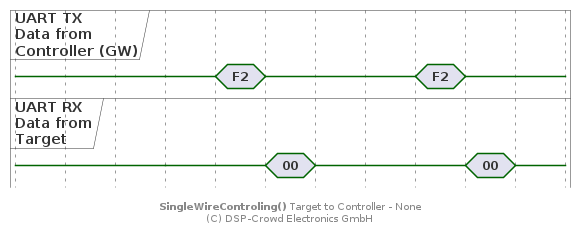
Above: doc/system/protocol/A0_swt-target-to-ctrl_none.png in NoOrientationProgramming/code-orb (PlantUML), before the change.
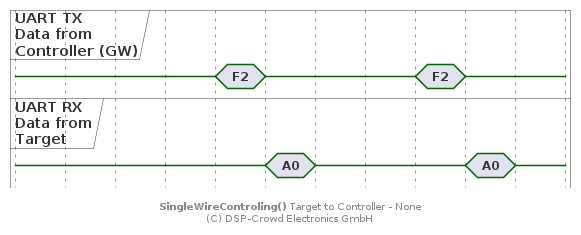
After the change.

Diff of the diagram source:
```diff
@@ -18,7 +18,7 @@
 
 @+20
 ctrl is {-}
-tar is "00"
+tar is "A0"
 
 @+20
 tar is {-}
@@ -28,7 +28,7 @@
 
 @+20
 ctrl is {-}
-tar is "00"
+tar is "A0"
 
 @+20
 tar is {-}
```
